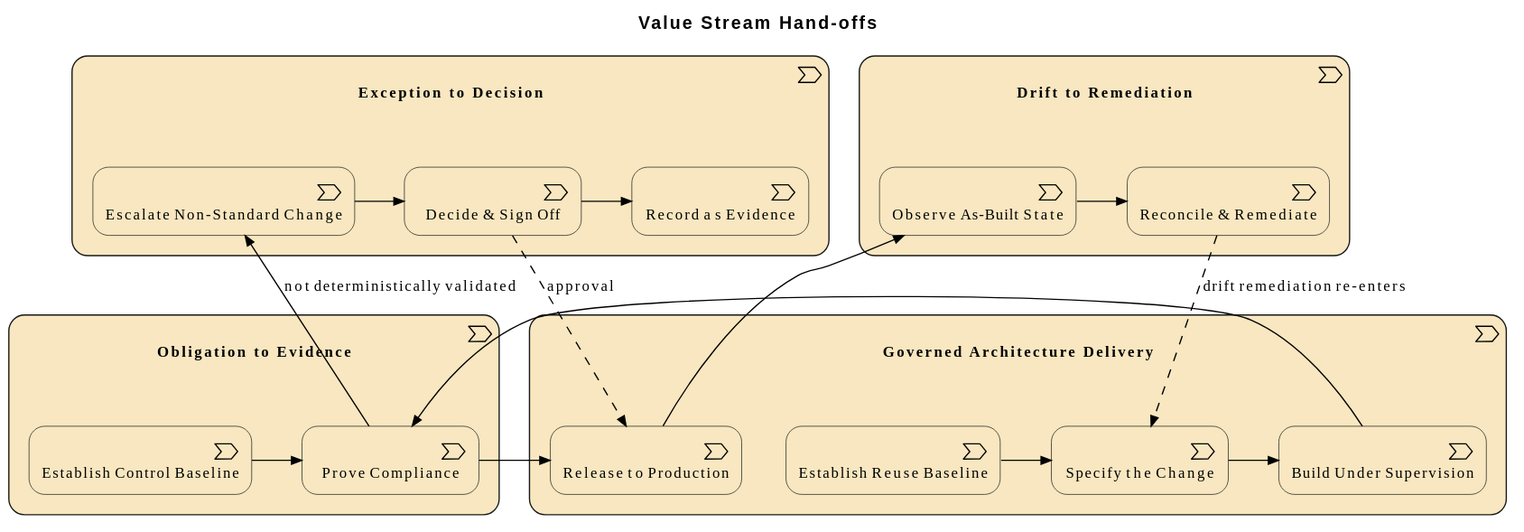
wolffy-au/frictionless-architect keeps this PlantUML diagram as architecture/model/diagrams/vision/6-value-stream.svg. Above is the earlier version.
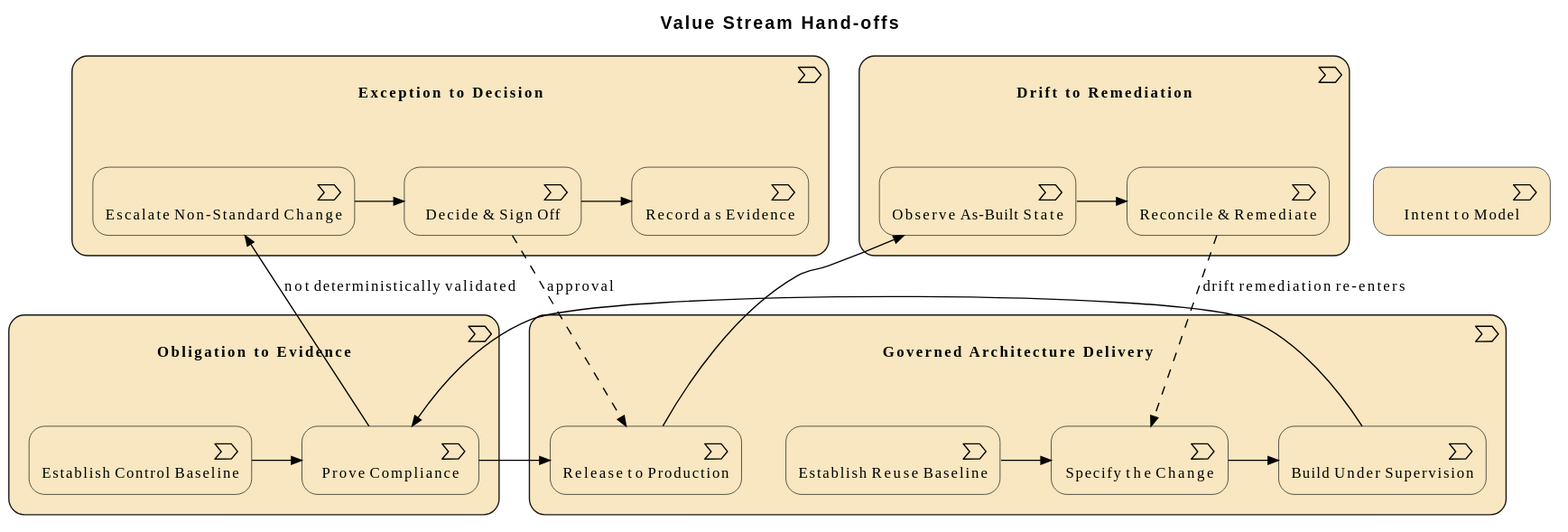
The same diagram one commit later.

Commit message:
fix(model): scope Value Stream Hand-offs via include_types, not members

The edit, as a diff of the source:
```diff
@@ -22,6 +22,7 @@
   Strategy_ValueStream(e_id12b58c7f12735c, "Observe As-Built State")
   Strategy_ValueStream(e_iddd4585a6a08153, "Reconcile & Remediate")
 }
+Strategy_ValueStream(e_id12f51f6c841755, "Intent to Model")
 
 Rel_Triggering_Right(e_id447909387df55c, e_id01dab436206551, "")
 Rel_Triggering_Right(e_id01dab436206551, e_id36fbfe00214758, "")
```
